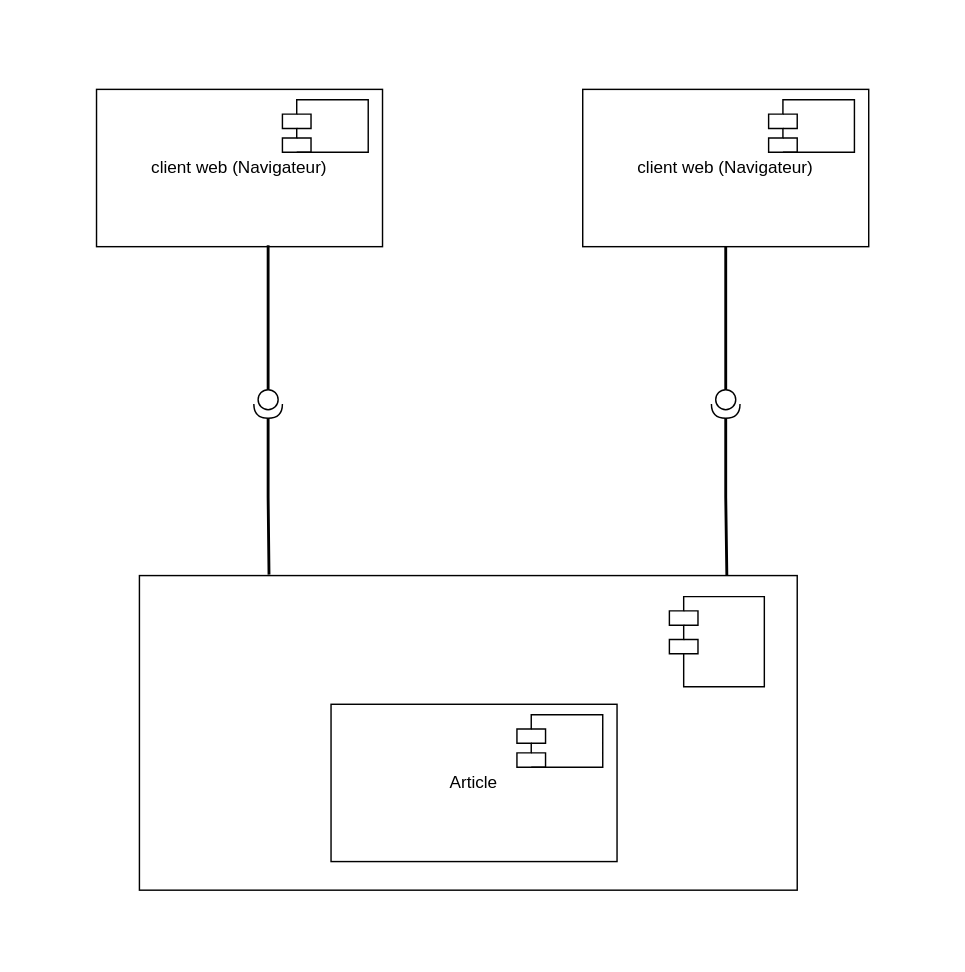
Earlier version of the draw.io diagram res/composan.drawio (Meshavegas/Fadhyl-Store). Source tidied: cells renumbered, new cells numbered last; positions are measured from the earlier drawing's top-left corner, leaving out a move shared by most shapes. Both pictures are drawn from the tidied source at 143%, with x=0, y=0 at pixel (96, 89).
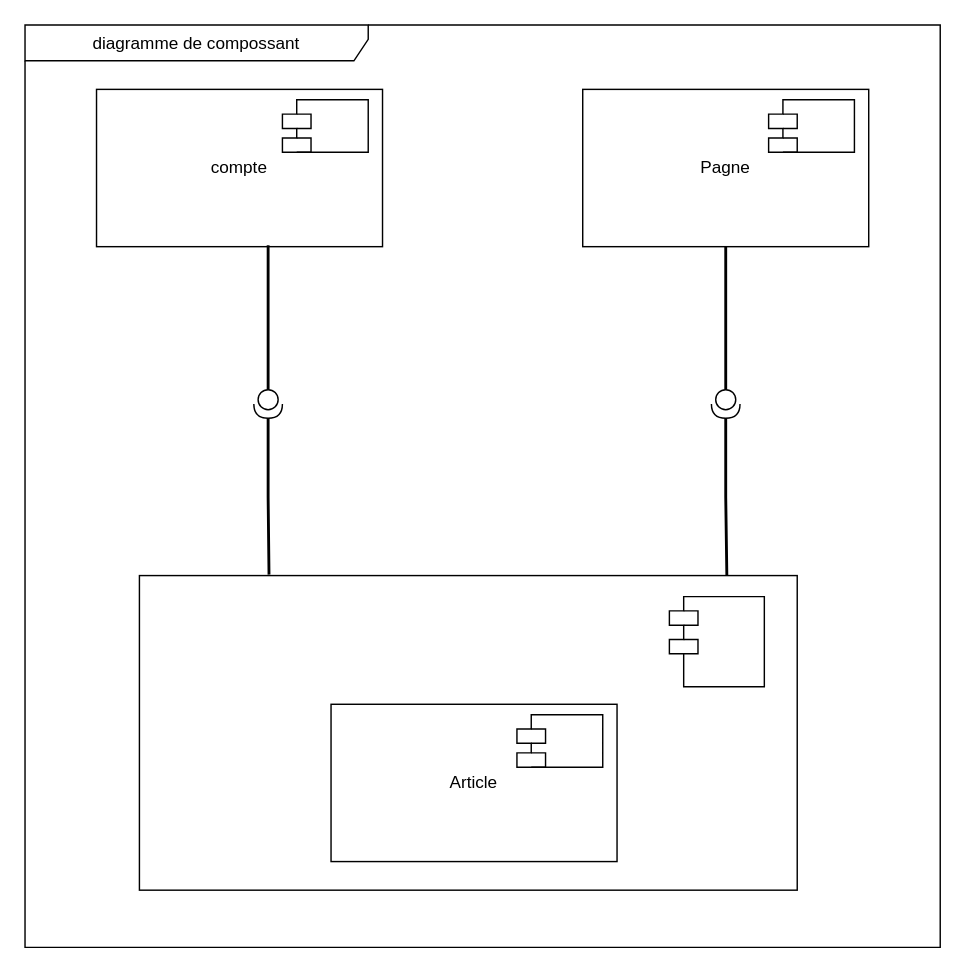
The same page after the edit.

The change refers to these unchanged cells:
```xml
<mxCell id="2" style="group;" parent="1" vertex="1">
  <mxGeometry width="200" height="110" as="geometry" />
</mxCell>
<mxCell id="5" style="group;" parent="1" vertex="1">
  <mxGeometry x="340" width="200" height="110" as="geometry" />
</mxCell>
```

What changed in the source:
```diff
@@
-    <mxCell id="3" value="client web (Navigateur)" style="rounded=0;whiteSpace=wrap;html=1;" parent="2" vertex="1">
+    <mxCell id="3" value="compte" style="rounded=0;whiteSpace=wrap;html=1;" parent="2" vertex="1">
       <mxGeometry width="200" height="110" as="geometry" />
     </mxCell>
@@
-    <mxCell id="6" value="client web (Navigateur)" style="rounded=0;whiteSpace=wrap;html=1;" parent="5" vertex="1">
+    <mxCell id="6" value="Pagne" style="rounded=0;whiteSpace=wrap;html=1;" parent="5" vertex="1">
       <mxGeometry width="200" height="110" as="geometry" />
     </mxCell>
@@
+    <mxCell id="20" value="diagramme de compossant" style="shape=umlFrame;whiteSpace=wrap;html=1;width=240;height=25;" parent="1" vertex="1">
+      <mxGeometry x="-50" y="-45" width="640" height="645" as="geometry" />
+    </mxCell>
```
